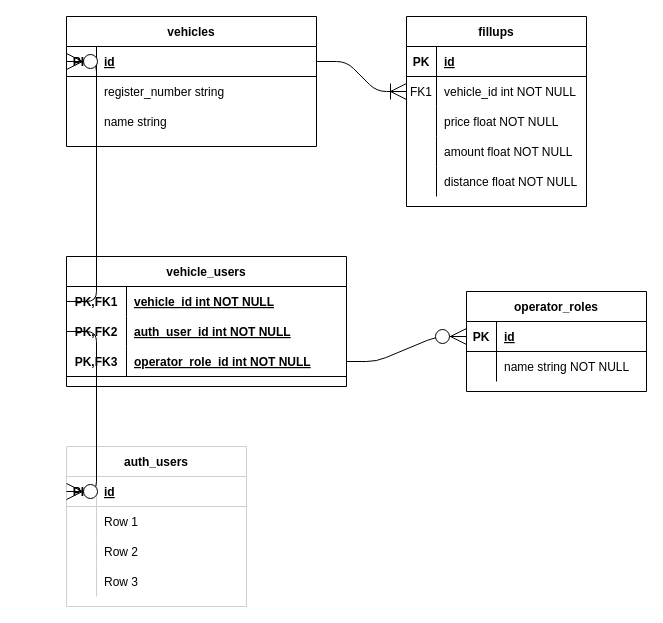
mtijas/lopokulu keeps this draw.io diagram as documentation/lopokulu-database-er.drawio. Above is the earlier version. Source tidied: cells renumbered, new cells numbered last; positions are measured from the earlier drawing's top-left corner, leaving out a move shared by most shapes. Both pictures are drawn from the tidied source at 100%, with x=0, y=0 at pixel (66, 16).
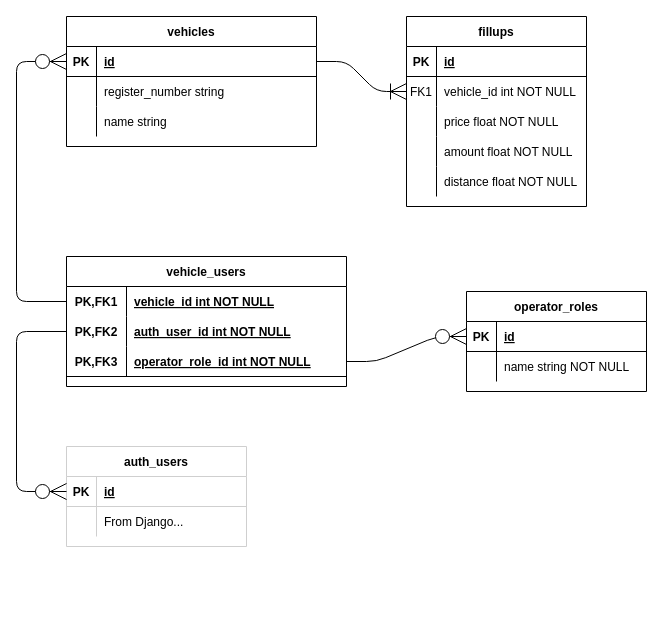
After the change.

Unchanged cells that the change refers to:
```xml
<mxCell id="3" style="shape=partialRectangle;fillColor=none;top=0;left=0;bottom=1;right=0;points=[[0,0.5],[1,0.5]];portConstraint=eastwest;" parent="2" vertex="1">
  <mxGeometry y="30" width="250" height="30" as="geometry" />
</mxCell>
<mxCell id="29" style="shape=partialRectangle;fillColor=none;top=0;left=0;bottom=1;right=0;points=[[0,0.5],[1,0.5]];portConstraint=eastwest;strokeColor=#CFCFCF;" parent="28" vertex="1">
  <mxGeometry y="30" width="180" height="30" as="geometry" />
</mxCell>
<mxCell id="32" style="shape=partialRectangle;fillColor=none;top=0;left=0;bottom=0;right=0;strokeColor=#CFCFCF;" parent="28" vertex="1">
  <mxGeometry y="60" width="180" height="30" as="geometry" />
</mxCell>
<mxCell id="43" style="shape=partialRectangle;fillColor=none;top=0;left=0;bottom=0;right=0;points=[[0,0.5],[1,0.5]];portConstraint=eastwest;" parent="42" vertex="1">
  <mxGeometry y="30" width="280" height="30" as="geometry" />
</mxCell>
<mxCell id="46" style="shape=partialRectangle;fillColor=none;top=0;left=0;bottom=1;right=0;points=[[0,0.5],[1,0.5]];portConstraint=eastwest;strokeColor=none;" parent="42" vertex="1">
  <mxGeometry y="60" width="280" height="30" as="geometry" />
</mxCell>
<mxCell id="49" style="shape=partialRectangle;fillColor=none;top=0;left=0;bottom=1;right=0;points=[[0,0.5],[1,0.5]];portConstraint=eastwest;strokeColor=default;perimeterSpacing=0;" parent="42" vertex="1">
  <mxGeometry y="90" width="280" height="30" as="geometry" />
</mxCell>
<mxCell id="53" style="shape=partialRectangle;fillColor=none;top=0;left=0;bottom=1;right=0;points=[[0,0.5],[1,0.5]];portConstraint=eastwest;" parent="52" vertex="1">
  <mxGeometry y="30" width="180" height="30" as="geometry" />
</mxCell>
```

Diff of the diagram source:
```diff
@@
     <mxCell id="28" value="auth_users" style="shape=table;startSize=30;childLayout=tableLayout;rowLines=0;fontStyle=1;align=center;hachureGap=4;strokeColor=#CFCFCF;" parent="1" vertex="1">
-      <mxGeometry y="430" width="180" height="160" as="geometry" />
+      <mxGeometry y="430" width="180" height="100" as="geometry" />
     </mxCell>
@@
-    <mxCell id="34" value="Row 1" style="shape=partialRectangle;fillColor=none;top=0;left=0;bottom=0;right=0;align=left;spacingLeft=6;overflow=hidden;strokeColor=#CFCFCF;" parent="32" vertex="1">
+    <mxCell id="34" value="From Django..." style="shape=partialRectangle;fillColor=none;top=0;left=0;bottom=0;right=0;align=left;spacingLeft=6;overflow=hidden;strokeColor=#CFCFCF;" parent="32" vertex="1">
       <mxGeometry x="30" width="150" height="30" as="geometry" />
     </mxCell>
-    <mxCell id="35" style="shape=partialRectangle;fillColor=none;top=0;left=0;bottom=0;right=0;strokeColor=#CFCFCF;" parent="28" vertex="1">
-      <mxGeometry y="90" width="180" height="30" as="geometry" />
-    </mxCell>
-    <mxCell id="36" style="shape=partialRectangle;fillColor=none;top=0;left=0;bottom=0;right=0;overflow=hidden;strokeColor=#CFCFCF;" parent="35" vertex="1">
-      <mxGeometry width="30" height="30" as="geometry" />
-    </mxCell>
-    <mxCell id="37" value="Row 2" style="shape=partialRectangle;fillColor=none;top=0;left=0;bottom=0;right=0;align=left;spacingLeft=6;overflow=hidden;strokeColor=#CFCFCF;" parent="35" vertex="1">
-      <mxGeometry x="30" width="150" height="30" as="geometry" />
-    </mxCell>
-    <mxCell id="38" style="shape=partialRectangle;fillColor=none;top=0;left=0;bottom=0;right=0;strokeColor=#CFCFCF;" parent="28" vertex="1">
-      <mxGeometry y="120" width="180" height="30" as="geometry" />
-    </mxCell>
-    <mxCell id="39" style="shape=partialRectangle;fillColor=none;top=0;left=0;bottom=0;right=0;overflow=hidden;strokeColor=#CFCFCF;" parent="38" vertex="1">
-      <mxGeometry width="30" height="30" as="geometry" />
-    </mxCell>
-    <mxCell id="40" value="Row 3" style="shape=partialRectangle;fillColor=none;top=0;left=0;bottom=0;right=0;align=left;spacingLeft=6;overflow=hidden;strokeColor=#CFCFCF;" parent="38" vertex="1">
-      <mxGeometry x="30" width="150" height="30" as="geometry" />
-    </mxCell>
@@
-    <mxCell id="59" style="edgeStyle=entityRelationEdgeStyle;fontSize=12;html=1;endArrow=ERzeroToMany;endFill=1;startSize=14;endSize=14;sourcePerimeterSpacing=8;targetPerimeterSpacing=8;entryX=0;entryY=0.5;entryDx=0;entryDy=0;exitX=0;exitY=0.5;exitDx=0;exitDy=0;anchorPointDirection=1;snapToPoint=0;noJump=0;flowAnimation=0;orthogonal=0;comic=0;jiggle=17;" parent="1" edge="1" source="46" target="29">
-      <mxGeometry relative="1" as="geometry" />
+    <mxCell id="59" style="edgeStyle=orthogonalEdgeStyle;fontSize=12;html=1;endArrow=ERzeroToMany;endFill=1;startSize=14;endSize=14;sourcePerimeterSpacing=8;targetPerimeterSpacing=8;entryX=0;entryY=0.5;entryDx=0;entryDy=0;exitX=0;exitY=0.5;exitDx=0;exitDy=0;anchorPointDirection=1;snapToPoint=0;noJump=0;flowAnimation=0;orthogonal=0;comic=0;jiggle=17;perimeterSpacing=0;" parent="1" edge="1" source="46" target="29">
+      <mxGeometry relative="1" as="geometry">
+        <Array as="points">
+          <mxPoint x="-50" y="315" />
+          <mxPoint x="-50" y="475" />
+        </Array>
+      </mxGeometry>
     </mxCell>
-    <mxCell id="60" style="edgeStyle=entityRelationEdgeStyle;fontSize=12;html=1;endArrow=ERzeroToMany;endFill=1;startSize=14;endSize=14;sourcePerimeterSpacing=8;targetPerimeterSpacing=8;entryX=0;entryY=0.5;entryDx=0;entryDy=0;exitX=1;exitY=0.5;exitDx=0;exitDy=0;anchorPointDirection=1;snapToPoint=0;noJump=0;flowAnimation=0;orthogonal=0;comic=0;jiggle=17;" parent="1" edge="1" source="49" target="53">
+    <mxCell id="60" style="fontSize=12;html=1;endArrow=ERzeroToMany;endFill=1;startSize=14;endSize=14;sourcePerimeterSpacing=8;targetPerimeterSpacing=8;entryX=0;entryY=0.5;entryDx=0;entryDy=0;exitX=1;exitY=0.5;exitDx=0;exitDy=0;anchorPointDirection=1;snapToPoint=0;noJump=0;flowAnimation=0;orthogonal=0;comic=0;jiggle=17;edgeStyle=entityRelationEdgeStyle;" parent="1" edge="1" source="49" target="53">
       <mxGeometry relative="1" as="geometry" />
     </mxCell>
-    <mxCell id="61" style="edgeStyle=entityRelationEdgeStyle;fontSize=12;html=1;endArrow=ERzeroToMany;endFill=1;startSize=14;endSize=14;sourcePerimeterSpacing=8;targetPerimeterSpacing=8;entryX=0;entryY=0.5;entryDx=0;entryDy=0;exitX=0;exitY=0.5;exitDx=0;exitDy=0;anchorPointDirection=1;snapToPoint=0;noJump=0;flowAnimation=0;orthogonal=0;comic=0;jiggle=17;arcSize=20;" parent="1" edge="1" source="43" target="3">
-      <mxGeometry relative="1" as="geometry" />
+    <mxCell id="61" style="edgeStyle=orthogonalEdgeStyle;fontSize=12;html=1;endArrow=ERzeroToMany;endFill=1;startSize=14;endSize=14;sourcePerimeterSpacing=8;targetPerimeterSpacing=8;entryX=0;entryY=0.5;entryDx=0;entryDy=0;exitX=0;exitY=0.5;exitDx=0;exitDy=0;anchorPointDirection=1;snapToPoint=0;noJump=0;flowAnimation=0;orthogonal=0;comic=0;jiggle=17;arcSize=20;" parent="1" edge="1" source="43" target="3">
+      <mxGeometry relative="1" as="geometry">
+        <Array as="points">
+          <mxPoint x="-50" y="285" />
+          <mxPoint x="-50" y="45" />
+        </Array>
+      </mxGeometry>
     </mxCell>
```
